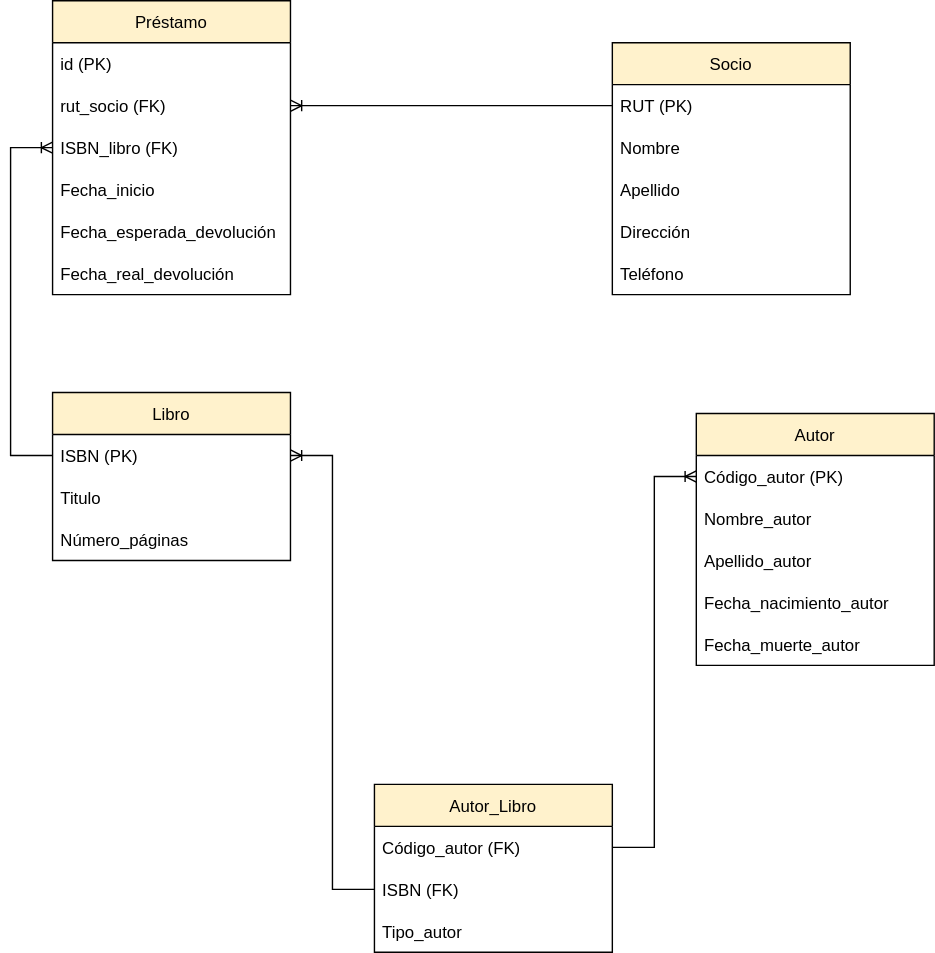
The draw.io diagram Biblioteca1-2-2.drawio.svg in KarQuis/M5---Prueba, before a commit. Source tidied: cells renumbered, new cells last; positions are measured from the earlier drawing's top-left corner, leaving out a move shared by most shapes.
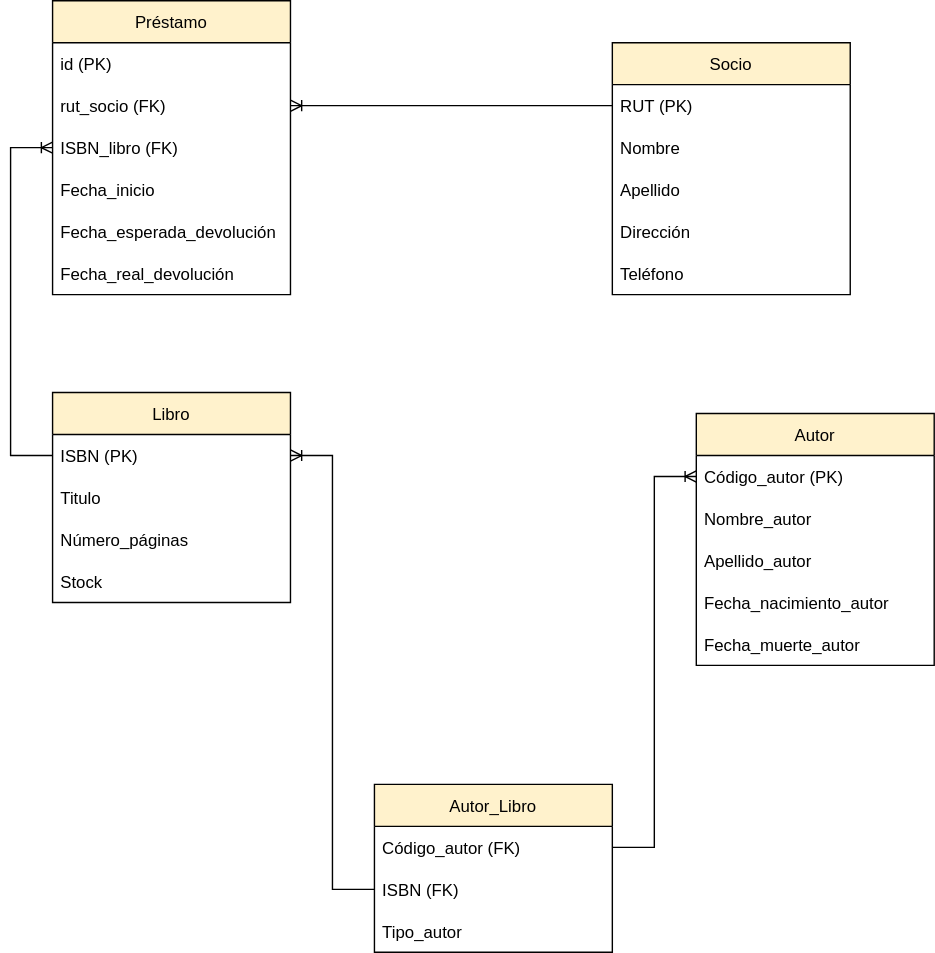
The same file after the commit.

Commit message:
Modelo Logico - 2FN - Biblioteca

What changed in the source:
```diff
@@ -42,7 +42,7 @@
       <mxGeometry y="150" width="170" height="30" as="geometry" />
     </mxCell>
     <mxCell id="15" value="Libro" style="swimlane;fontStyle=0;horizontal=1;startSize=30;fillColor=#FFF2CC;" parent="1" vertex="1">
-      <mxGeometry x="30" y="280" width="170" height="120" as="geometry" />
+      <mxGeometry x="30" y="280" width="170" height="150" as="geometry" />
     </mxCell>
     <mxCell id="16" value="ISBN (PK)" style="text;strokeColor=none;fillColor=none;align=left;verticalAlign=middle;spacingLeft=4;spacingRight=4;overflow=hidden;points=[[0,0.5],[1,0.5]];portConstraint=eastwest;" parent="15" vertex="1">
       <mxGeometry y="30" width="170" height="30" as="geometry" />
@@ -53,6 +53,9 @@
     <mxCell id="18" value="Número_páginas" style="text;strokeColor=none;fillColor=none;align=left;verticalAlign=middle;spacingLeft=4;spacingRight=4;overflow=hidden;" parent="15" vertex="1">
       <mxGeometry y="90" width="170" height="30" as="geometry" />
     </mxCell>
+    <mxCell id="33" value="Stock" style="text;strokeColor=none;fillColor=none;align=left;verticalAlign=middle;spacingLeft=4;spacingRight=4;overflow=hidden;" parent="15" vertex="1">
+      <mxGeometry y="120" width="170" height="30" as="geometry" />
+    </mxCell>
     <mxCell id="19" style="edgeStyle=entityRelationEdgeStyle;fontSize=12;html=1;endArrow=ERoneToMany;rounded=0;exitX=0;exitY=0.5;exitDx=0;exitDy=0;entryX=1;entryY=0.5;entryDx=0;entryDy=0;" parent="1" edge="1" source="10" target="4">
       <mxGeometry relative="1" as="geometry" />
     </mxCell>
```
